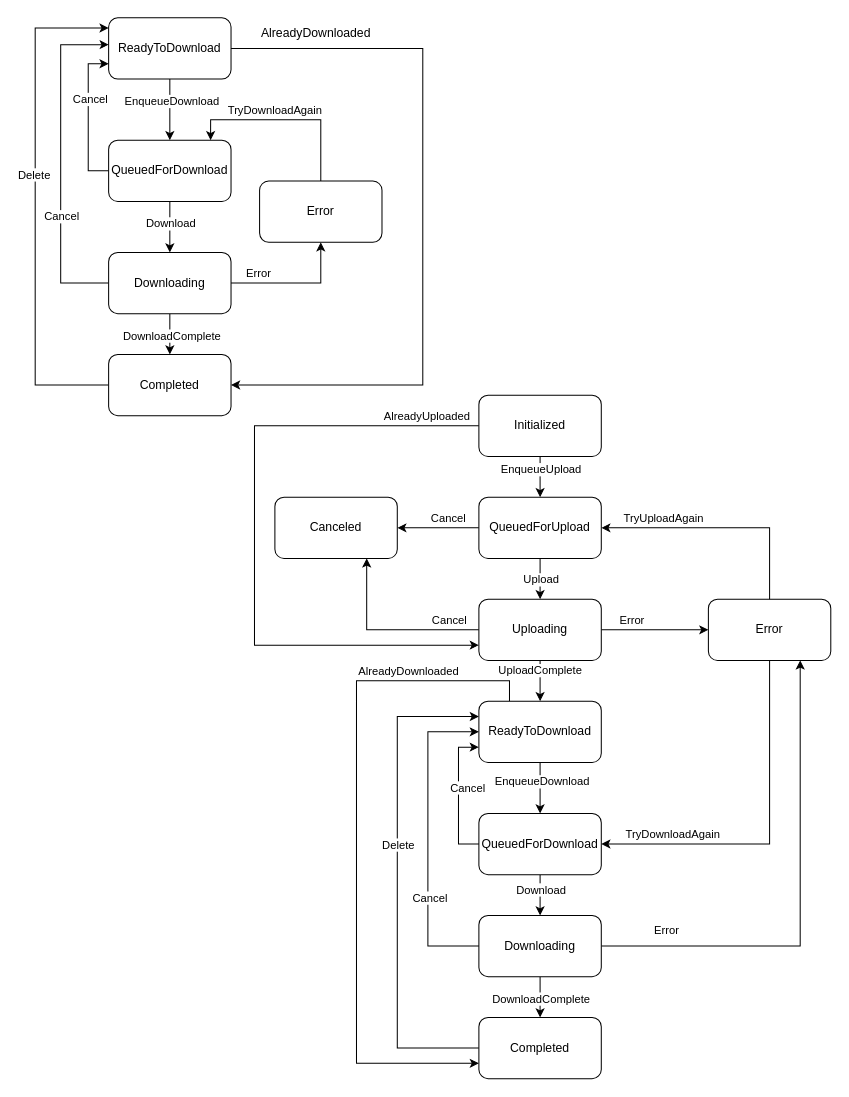
Above: FileTransferStates.drawio in loginovao/Diagrams (draw.io), before the change. Source tidied: cells renumbered, new cells numbered last; positions are measured from the earlier drawing's top-left corner, leaving out a move shared by most shapes. Both pictures are drawn from the tidied source at 102%, with x=0, y=0 at pixel (35, 17).
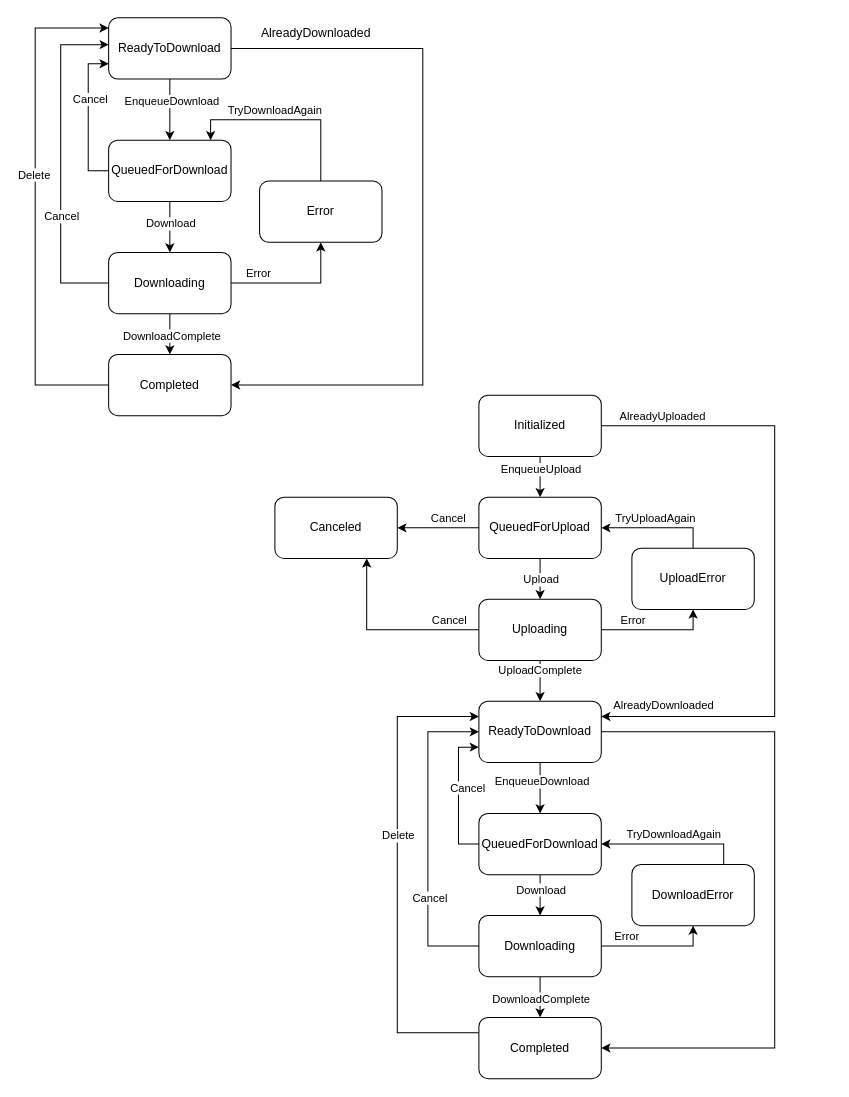
The same diagram, later.

Unchanged cells that the change refers to:
```xml
<mxCell id="41" value="Uploading" style="rounded=1;whiteSpace=wrap;html=1;" parent="30" vertex="1">
  <mxGeometry x="435" y="570" width="120" height="60" as="geometry" />
</mxCell>
<mxCell id="44" value="ReadyToDownload" style="rounded=1;whiteSpace=wrap;html=1;" parent="30" vertex="1">
  <mxGeometry x="435" y="670" width="120" height="60" as="geometry" />
</mxCell>
<mxCell id="47" value="QueuedForDownload" style="rounded=1;whiteSpace=wrap;html=1;" parent="30" vertex="1">
  <mxGeometry x="435" y="780" width="120" height="60" as="geometry" />
</mxCell>
<mxCell id="52" value="Downloading" style="rounded=1;whiteSpace=wrap;html=1;" parent="30" vertex="1">
  <mxGeometry x="435" y="880" width="120" height="60" as="geometry" />
</mxCell>
<mxCell id="55" value="Completed" style="rounded=1;whiteSpace=wrap;html=1;" parent="30" vertex="1">
  <mxGeometry x="435" y="980" width="120" height="60" as="geometry" />
</mxCell>
<mxCell id="59" style="edgeStyle=orthogonalEdgeStyle;rounded=0;jettySize=auto;html=1;exitX=0.5;exitY=0;exitDx=0;exitDy=0;entryX=1;entryY=0.5;entryDx=0;entryDy=0;" parent="30" edge="1" source="58" target="35">
  <mxGeometry relative="1" as="geometry" />
</mxCell>
<mxCell id="67" value="Initialized" style="rounded=1;whiteSpace=wrap;html=1;" parent="30" vertex="1">
  <mxGeometry x="435" y="370" width="120" height="60" as="geometry" />
</mxCell>
```

Change to the diagram source:
```diff
@@
-    <mxCell id="28" style="edgeStyle=orthogonalEdgeStyle;rounded=0;jettySize=auto;html=1;exitX=0.25;exitY=0;exitDx=0;exitDy=0;entryX=0;entryY=0.75;entryDx=0;entryDy=0;" parent="2" edge="1" source="44" target="55">
+    <mxCell id="28" style="edgeStyle=orthogonalEdgeStyle;rounded=0;jettySize=auto;html=1;exitX=1;exitY=0.5;exitDx=0;exitDy=0;entryX=1;entryY=0.5;entryDx=0;entryDy=0;" parent="2" edge="1" source="44" target="55">
       <mxGeometry relative="1" as="geometry">
         <Array as="points">
-          <mxPoint x="465" y="650" />
-          <mxPoint x="315" y="650" />
-          <mxPoint x="315" y="1025" />
+          <mxPoint x="725" y="700" />
+          <mxPoint x="725" y="1010" />
         </Array>
       </mxGeometry>
     </mxCell>
     <mxCell id="29" value="AlreadyDownloaded" style="edgeLabel;html=1;align=center;verticalAlign=middle;" parent="28" vertex="1">
       <mxGeometry x="0.14" y="-2" relative="1" as="geometry">
-        <mxPoint x="52" y="-219" as="offset" />
+        <mxPoint x="-108" y="-228" as="offset" />
       </mxGeometry>
     </mxCell>
@@
-    <mxCell id="37" style="edgeStyle=orthogonalEdgeStyle;rounded=0;jettySize=auto;html=1;entryX=0;entryY=0.5;entryDx=0;entryDy=0;" parent="30" edge="1" source="41" target="58">
+    <mxCell id="37" style="edgeStyle=orthogonalEdgeStyle;rounded=0;jettySize=auto;html=1;entryX=0.5;entryY=1;entryDx=0;entryDy=0;" parent="30" edge="1" source="41" target="58">
       <mxGeometry relative="1" as="geometry" />
     </mxCell>
@@
-    <mxCell id="50" style="edgeStyle=orthogonalEdgeStyle;rounded=0;jettySize=auto;html=1;exitX=1;exitY=0.5;exitDx=0;exitDy=0;entryX=0.75;entryY=1;entryDx=0;entryDy=0;" parent="30" edge="1" source="52" target="58">
+    <mxCell id="50" style="edgeStyle=orthogonalEdgeStyle;rounded=0;jettySize=auto;html=1;exitX=1;exitY=0.5;exitDx=0;exitDy=0;entryX=0.5;entryY=1;entryDx=0;entryDy=0;" parent="30" edge="1" source="52" target="70">
       <mxGeometry relative="1" as="geometry" />
     </mxCell>
@@
+    <mxCell id="69" value="Error" style="edgeLabel;html=1;align=center;verticalAlign=middle;" parent="50" vertex="1">
+      <mxGeometry x="-0.57" relative="1" as="geometry">
+        <mxPoint y="-10" as="offset" />
+      </mxGeometry>
+    </mxCell>
@@
-    <mxCell id="53" style="edgeStyle=orthogonalEdgeStyle;rounded=0;jettySize=auto;html=1;exitX=0;exitY=0.5;exitDx=0;exitDy=0;entryX=0;entryY=0.25;entryDx=0;entryDy=0;" parent="30" edge="1" source="55" target="44">
+    <mxCell id="53" style="edgeStyle=orthogonalEdgeStyle;rounded=0;jettySize=auto;html=1;exitX=0;exitY=0.25;exitDx=0;exitDy=0;entryX=0;entryY=0.25;entryDx=0;entryDy=0;" parent="30" edge="1" source="55" target="44">
       <mxGeometry relative="1" as="geometry">
         <Array as="points">
-          <mxPoint x="355" y="1010" />
+          <mxPoint x="355" y="995" />
           <mxPoint x="355" y="685" />
         </Array>
       </mxGeometry>
     </mxCell>
@@
-    <mxCell id="56" style="edgeStyle=orthogonalEdgeStyle;rounded=0;jettySize=auto;html=1;entryX=1;entryY=0.5;entryDx=0;entryDy=0;exitX=0.5;exitY=1;exitDx=0;exitDy=0;" parent="30" edge="1" source="58" target="47">
+    <mxCell id="56" style="edgeStyle=orthogonalEdgeStyle;rounded=0;jettySize=auto;html=1;entryX=1;entryY=0.5;entryDx=0;entryDy=0;exitX=0.5;exitY=0;exitDx=0;exitDy=0;" parent="30" edge="1" source="70" target="47">
       <mxGeometry relative="1" as="geometry">
         <Array as="points">
-          <mxPoint x="720" y="810" />
+          <mxPoint x="675" y="810" />
         </Array>
       </mxGeometry>
     </mxCell>
     <mxCell id="57" value="TryDownloadAgain" style="edgeLabel;html=1;align=center;verticalAlign=middle;" parent="56" vertex="1">
       <mxGeometry x="0.36" y="1" relative="1" as="geometry">
-        <mxPoint x="-41" y="-11" as="offset" />
+        <mxPoint x="16" y="-11" as="offset" />
       </mxGeometry>
     </mxCell>
-    <mxCell id="58" value="Error" style="rounded=1;whiteSpace=wrap;html=1;" parent="30" vertex="1">
-      <mxGeometry x="660" y="570" width="120" height="60" as="geometry" />
+    <mxCell id="58" value="UploadError" style="rounded=1;whiteSpace=wrap;html=1;" parent="30" vertex="1">
+      <mxGeometry x="585" y="520" width="120" height="60" as="geometry" />
     </mxCell>
@@
     <mxCell id="60" value="TryUploadAgain" style="edgeLabel;html=1;align=center;verticalAlign=middle;" parent="59" vertex="1">
       <mxGeometry x="-0.5" y="-2" relative="1" as="geometry">
-        <mxPoint x="-107" y="-21" as="offset" />
+        <mxPoint x="-30" y="-8" as="offset" />
       </mxGeometry>
     </mxCell>
@@
-    <mxCell id="65" style="edgeStyle=orthogonalEdgeStyle;rounded=0;jettySize=auto;html=1;exitX=0;exitY=0.5;exitDx=0;exitDy=0;entryX=0;entryY=0.75;entryDx=0;entryDy=0;startArrow=none;startFill=0;endArrow=classic;endFill=1;" parent="30" edge="1" source="67" target="41">
+    <mxCell id="65" style="edgeStyle=orthogonalEdgeStyle;rounded=0;jettySize=auto;html=1;exitX=1;exitY=0.5;exitDx=0;exitDy=0;entryX=1;entryY=0.25;entryDx=0;entryDy=0;startArrow=none;startFill=0;endArrow=classic;endFill=1;" parent="30" edge="1" source="67" target="44">
       <mxGeometry relative="1" as="geometry">
         <Array as="points">
-          <mxPoint x="215" y="400" />
-          <mxPoint x="215" y="615" />
+          <mxPoint x="725" y="400" />
+          <mxPoint x="725" y="685" />
         </Array>
       </mxGeometry>
     </mxCell>
     <mxCell id="66" value="AlreadyUploaded" style="edgeLabel;html=1;align=center;verticalAlign=middle;" parent="65" vertex="1">
       <mxGeometry x="-0.71" y="-2" relative="1" as="geometry">
-        <mxPoint x="43" y="-8" as="offset" />
+        <mxPoint x="-32" y="-12" as="offset" />
       </mxGeometry>
     </mxCell>
@@
+    <mxCell id="70" value="DownloadError" style="rounded=1;whiteSpace=wrap;html=1;" parent="30" vertex="1">
+      <mxGeometry x="585" y="830" width="120" height="60" as="geometry" />
+    </mxCell>
```
